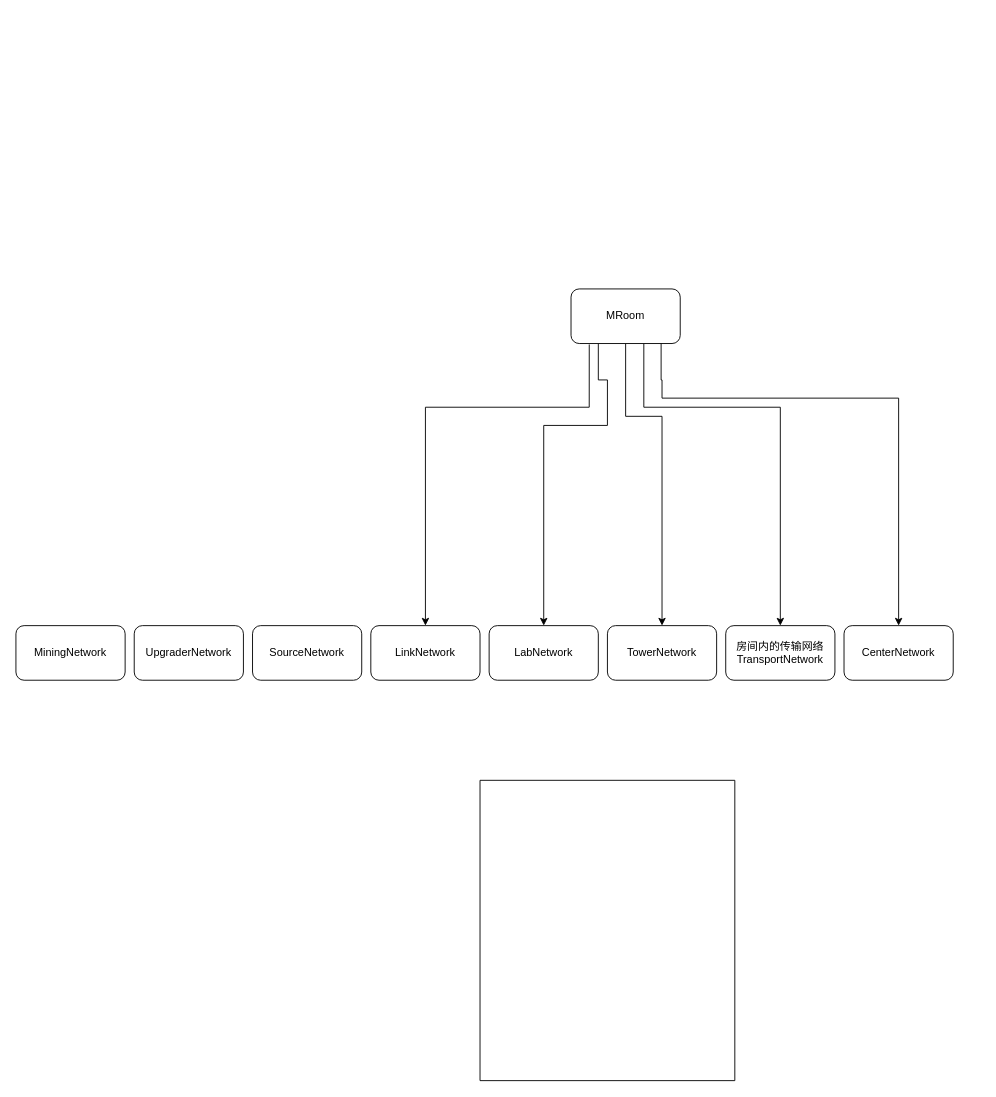
Above: screeps.drawio in xiejizhen007/storage (draw.io), before the change. Source tidied: cells renumbered, new cells numbered last; positions are measured from the earlier drawing's top-left corner, leaving out a move shared by most shapes. Both pictures are drawn from the tidied source at 91%, with x=0, y=0 at pixel (15, 288).
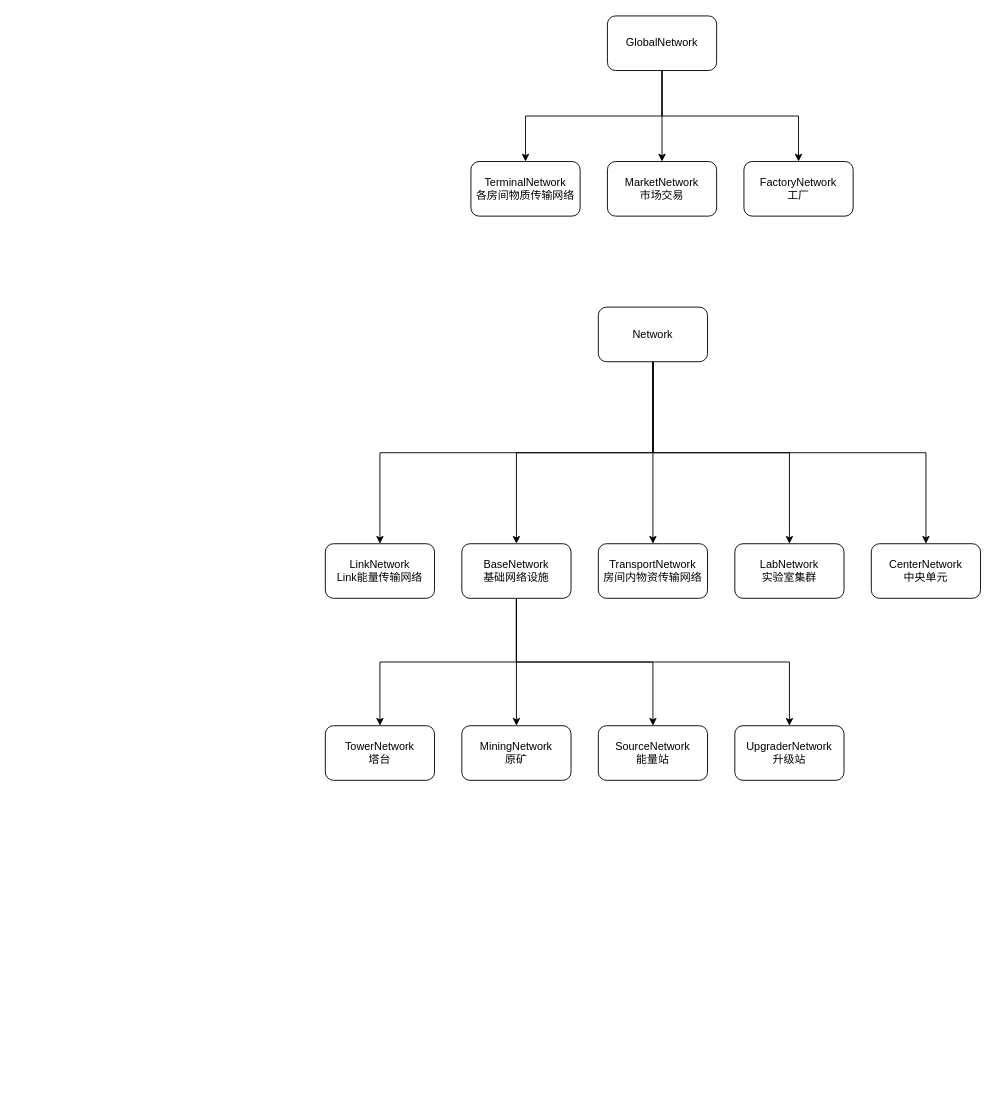
Above is the later version.

The edit, as a diff of the source:
```diff
@@
-    <mxCell id="2" style="edgeStyle=orthogonalEdgeStyle;rounded=0;jettySize=auto;html=1;exitX=0.167;exitY=1.017;exitDx=0;exitDy=0;exitPerimeter=0;entryX=0.5;entryY=0;entryDx=0;entryDy=0;" parent="1" edge="1" source="7" target="8">
-      <mxGeometry relative="1" as="geometry">
-        <Array as="points">
-          <mxPoint x="630" y="130" />
-          <mxPoint x="450" y="130" />
-        </Array>
-      </mxGeometry>
+    <mxCell id="2" style="edgeStyle=orthogonalEdgeStyle;rounded=0;jettySize=auto;html=1;exitX=0.5;exitY=1;exitDx=0;exitDy=0;entryX=0.5;entryY=0;entryDx=0;entryDy=0;" parent="1" edge="1" source="7" target="8">
+      <mxGeometry relative="1" as="geometry" />
     </mxCell>
-    <mxCell id="3" style="edgeStyle=orthogonalEdgeStyle;rounded=0;jettySize=auto;html=1;exitX=0.5;exitY=1;exitDx=0;exitDy=0;entryX=0.5;entryY=0;entryDx=0;entryDy=0;" parent="1" edge="1" source="7" target="10">
-      <mxGeometry relative="1" as="geometry">
-        <Array as="points">
-          <mxPoint x="670" y="140" />
-          <mxPoint x="710" y="140" />
-        </Array>
-      </mxGeometry>
-    </mxCell>
+    <mxCell id="17" style="edgeStyle=orthogonalEdgeStyle;rounded=0;jettySize=auto;html=1;exitX=0.5;exitY=1;exitDx=0;exitDy=0;entryX=0.5;entryY=0;entryDx=0;entryDy=0;" parent="1" edge="1" source="7" target="22">
+      <mxGeometry relative="1" as="geometry" />
+    </mxCell>
-    <mxCell id="4" style="edgeStyle=orthogonalEdgeStyle;rounded=0;jettySize=auto;html=1;entryX=0.5;entryY=0;entryDx=0;entryDy=0;" parent="1" edge="1" source="7" target="11">
-      <mxGeometry relative="1" as="geometry">
-        <Array as="points">
-          <mxPoint x="690" y="130" />
-          <mxPoint x="840" y="130" />
-        </Array>
-      </mxGeometry>
+    <mxCell id="4" style="edgeStyle=orthogonalEdgeStyle;rounded=0;jettySize=auto;html=1;exitX=0.5;exitY=1;exitDx=0;exitDy=0;" parent="1" edge="1" source="7" target="11">
+      <mxGeometry relative="1" as="geometry" />
     </mxCell>
-    <mxCell id="5" style="edgeStyle=orthogonalEdgeStyle;rounded=0;jettySize=auto;html=1;exitX=0.25;exitY=1;exitDx=0;exitDy=0;entryX=0.5;entryY=0;entryDx=0;entryDy=0;" parent="1" edge="1" source="7" target="9">
-      <mxGeometry relative="1" as="geometry">
-        <Array as="points">
-          <mxPoint x="650" y="100" />
-          <mxPoint x="650" y="150" />
-          <mxPoint x="580" y="150" />
-        </Array>
-      </mxGeometry>
+    <mxCell id="5" style="edgeStyle=orthogonalEdgeStyle;rounded=0;jettySize=auto;html=1;exitX=0.5;exitY=1;exitDx=0;exitDy=0;entryX=0.5;entryY=0;entryDx=0;entryDy=0;" parent="1" edge="1" source="7" target="9">
+      <mxGeometry relative="1" as="geometry" />
     </mxCell>
-    <mxCell id="6" style="edgeStyle=orthogonalEdgeStyle;rounded=0;jettySize=auto;html=1;exitX=0.825;exitY=0.983;exitDx=0;exitDy=0;entryX=0.5;entryY=0;entryDx=0;entryDy=0;exitPerimeter=0;" parent="1" edge="1" source="7" target="12">
-      <mxGeometry relative="1" as="geometry">
-        <Array as="points">
-          <mxPoint x="709" y="100" />
-          <mxPoint x="710" y="100" />
-          <mxPoint x="710" y="120" />
-          <mxPoint x="970" y="120" />
-        </Array>
-      </mxGeometry>
+    <mxCell id="6" style="edgeStyle=orthogonalEdgeStyle;rounded=0;jettySize=auto;html=1;exitX=0.5;exitY=1;exitDx=0;exitDy=0;entryX=0.5;entryY=0;entryDx=0;entryDy=0;" parent="1" edge="1" source="7" target="12">
+      <mxGeometry relative="1" as="geometry" />
     </mxCell>
-    <mxCell id="7" value="MRoom" style="rounded=1;whiteSpace=wrap;html=1;" parent="1" vertex="1">
-      <mxGeometry x="610" width="120" height="60" as="geometry" />
+    <mxCell id="7" value="Network" style="rounded=1;whiteSpace=wrap;html=1;" parent="1" vertex="1">
+      <mxGeometry x="640" y="20" width="120" height="60" as="geometry" />
     </mxCell>
-    <mxCell id="8" value="LinkNetwork" style="rounded=1;whiteSpace=wrap;html=1;" parent="1" vertex="1">
-      <mxGeometry x="390" y="370" width="120" height="60" as="geometry" />
+    <mxCell id="8" value="LinkNetwork&lt;br&gt;Link能量传输网络" style="rounded=1;whiteSpace=wrap;html=1;" parent="1" vertex="1">
+      <mxGeometry x="340" y="280" width="120" height="60" as="geometry" />
     </mxCell>
-    <mxCell id="9" value="LabNetwork" style="rounded=1;whiteSpace=wrap;html=1;" parent="1" vertex="1">
-      <mxGeometry x="520" y="370" width="120" height="60" as="geometry" />
+    <mxCell id="9" value="LabNetwork&lt;br&gt;实验室集群" style="rounded=1;whiteSpace=wrap;html=1;" parent="1" vertex="1">
+      <mxGeometry x="790" y="280" width="120" height="60" as="geometry" />
     </mxCell>
-    <mxCell id="10" value="TowerNetwork" style="rounded=1;whiteSpace=wrap;html=1;" parent="1" vertex="1">
-      <mxGeometry x="650" y="370" width="120" height="60" as="geometry" />
-    </mxCell>
-    <mxCell id="11" value="房间内的传输网络&lt;br&gt;TransportNetwork" style="rounded=1;whiteSpace=wrap;html=1;" parent="1" vertex="1">
-      <mxGeometry x="780" y="370" width="120" height="60" as="geometry" />
+    <mxCell id="11" value="TransportNetwork&lt;br&gt;房间内物资传输网络" style="rounded=1;whiteSpace=wrap;html=1;" parent="1" vertex="1">
+      <mxGeometry x="640" y="280" width="120" height="60" as="geometry" />
     </mxCell>
-    <mxCell id="12" value="CenterNetwork" style="rounded=1;whiteSpace=wrap;html=1;" parent="1" vertex="1">
-      <mxGeometry x="910" y="370" width="120" height="60" as="geometry" />
+    <mxCell id="12" value="CenterNetwork&lt;br&gt;中央单元" style="rounded=1;whiteSpace=wrap;html=1;" parent="1" vertex="1">
+      <mxGeometry x="940" y="280" width="120" height="60" as="geometry" />
     </mxCell>
-    <mxCell id="13" value="SourceNetwork" style="rounded=1;whiteSpace=wrap;html=1;" parent="1" vertex="1">
-      <mxGeometry x="260" y="370" width="120" height="60" as="geometry" />
+    <mxCell id="13" value="SourceNetwork&lt;br&gt;能量站" style="rounded=1;whiteSpace=wrap;html=1;" parent="1" vertex="1">
+      <mxGeometry x="640" y="480" width="120" height="60" as="geometry" />
     </mxCell>
-    <mxCell id="14" value="UpgraderNetwork" style="rounded=1;whiteSpace=wrap;html=1;" parent="1" vertex="1">
-      <mxGeometry x="130" y="370" width="120" height="60" as="geometry" />
+    <mxCell id="14" value="UpgraderNetwork&lt;br&gt;升级站" style="rounded=1;whiteSpace=wrap;html=1;" parent="1" vertex="1">
+      <mxGeometry x="790" y="480" width="120" height="60" as="geometry" />
     </mxCell>
-    <mxCell id="15" value="MiningNetwork" style="rounded=1;whiteSpace=wrap;html=1;" parent="1" vertex="1">
-      <mxGeometry y="370" width="120" height="60" as="geometry" />
+    <mxCell id="15" value="MiningNetwork&lt;br&gt;原矿" style="rounded=1;whiteSpace=wrap;html=1;" parent="1" vertex="1">
+      <mxGeometry x="490" y="480" width="120" height="60" as="geometry" />
     </mxCell>
-    <mxCell id="16" style="swimlane;startSize=0;rounded=0;shadow=0;glass=0;swimlaneLine=1;gradientColor=none;" parent="1" vertex="1">
-      <mxGeometry x="510" y="540" width="280" height="330" as="geometry" />
-    </mxCell>
+    <mxCell id="18" style="edgeStyle=orthogonalEdgeStyle;rounded=0;jettySize=auto;html=1;exitX=0.5;exitY=1;exitDx=0;exitDy=0;entryX=0.5;entryY=0;entryDx=0;entryDy=0;" parent="1" edge="1" source="22" target="23">
+      <mxGeometry relative="1" as="geometry" />
+    </mxCell>
+    <mxCell id="19" style="edgeStyle=orthogonalEdgeStyle;rounded=0;jettySize=auto;html=1;exitX=0.5;exitY=1;exitDx=0;exitDy=0;entryX=0.5;entryY=0;entryDx=0;entryDy=0;" parent="1" edge="1" source="22" target="15">
+      <mxGeometry relative="1" as="geometry" />
+    </mxCell>
+    <mxCell id="20" style="edgeStyle=orthogonalEdgeStyle;rounded=0;jettySize=auto;html=1;exitX=0.5;exitY=1;exitDx=0;exitDy=0;entryX=0.5;entryY=0;entryDx=0;entryDy=0;" parent="1" edge="1" source="22" target="13">
+      <mxGeometry relative="1" as="geometry" />
+    </mxCell>
+    <mxCell id="21" style="edgeStyle=orthogonalEdgeStyle;rounded=0;jettySize=auto;html=1;exitX=0.5;exitY=1;exitDx=0;exitDy=0;entryX=0.5;entryY=0;entryDx=0;entryDy=0;" parent="1" edge="1" source="22" target="14">
+      <mxGeometry relative="1" as="geometry" />
+    </mxCell>
+    <mxCell id="22" value="BaseNetwork&lt;br&gt;基础网络设施" style="rounded=1;whiteSpace=wrap;html=1;" parent="1" vertex="1">
+      <mxGeometry x="490" y="280" width="120" height="60" as="geometry" />
+    </mxCell>
+    <mxCell id="23" value="TowerNetwork&lt;br&gt;塔台" style="rounded=1;whiteSpace=wrap;html=1;" parent="1" vertex="1">
+      <mxGeometry x="340" y="480" width="120" height="60" as="geometry" />
+    </mxCell>
+    <mxCell id="24" value="TerminalNetwork&lt;br&gt;各房间物质传输网络" style="rounded=1;whiteSpace=wrap;html=1;" parent="1" vertex="1">
+      <mxGeometry x="500" y="-140" width="120" height="60" as="geometry" />
+    </mxCell>
+    <mxCell id="25" value="MarketNetwork&lt;br&gt;市场交易" style="rounded=1;whiteSpace=wrap;html=1;" parent="1" vertex="1">
+      <mxGeometry x="650" y="-140" width="120" height="60" as="geometry" />
+    </mxCell>
+    <mxCell id="26" style="edgeStyle=orthogonalEdgeStyle;rounded=0;jettySize=auto;html=1;exitX=0.5;exitY=1;exitDx=0;exitDy=0;entryX=0.5;entryY=0;entryDx=0;entryDy=0;" parent="1" edge="1" source="29" target="24">
+      <mxGeometry relative="1" as="geometry" />
+    </mxCell>
+    <mxCell id="27" style="edgeStyle=orthogonalEdgeStyle;rounded=0;jettySize=auto;html=1;exitX=0.5;exitY=1;exitDx=0;exitDy=0;entryX=0.5;entryY=0;entryDx=0;entryDy=0;" parent="1" edge="1" source="29" target="25">
+      <mxGeometry relative="1" as="geometry" />
+    </mxCell>
+    <mxCell id="28" style="edgeStyle=orthogonalEdgeStyle;rounded=0;jettySize=auto;html=1;exitX=0.5;exitY=1;exitDx=0;exitDy=0;entryX=0.5;entryY=0;entryDx=0;entryDy=0;" parent="1" edge="1" source="29" target="30">
+      <mxGeometry relative="1" as="geometry" />
+    </mxCell>
+    <mxCell id="29" value="GlobalNetwork" style="rounded=1;whiteSpace=wrap;html=1;" parent="1" vertex="1">
+      <mxGeometry x="650" y="-300" width="120" height="60" as="geometry" />
+    </mxCell>
+    <mxCell id="30" value="FactoryNetwork&lt;br&gt;工厂" style="rounded=1;whiteSpace=wrap;html=1;" parent="1" vertex="1">
+      <mxGeometry x="800" y="-140" width="120" height="60" as="geometry" />
+    </mxCell>
```
